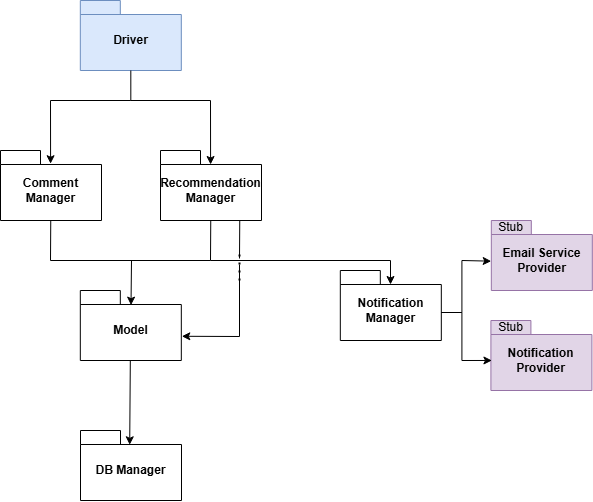
Before: DD_figures/ImplementationDiagrams/ThirdStep.png, a diagram exported from draw.io (alesalv0/RattiSalvatoreYalcin). Source tidied: cells renumbered, new cells last; positions are measured from the earlier drawing's top-left corner, leaving out a move shared by most shapes.
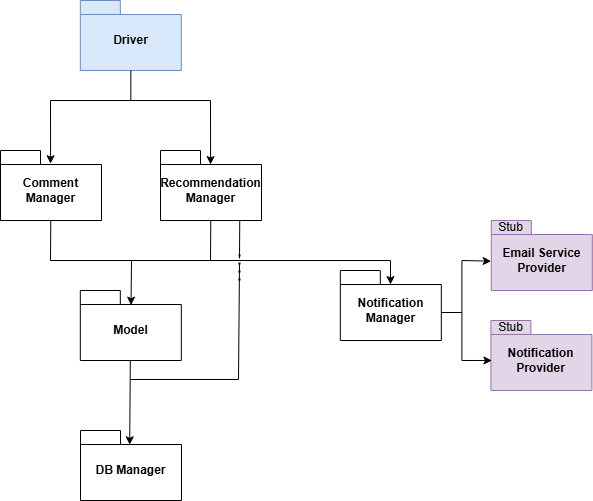
The same file after the commit.

Diff of the diagram source:
```diff
@@ -126,13 +126,14 @@
         <mxPoint x="239" y="254" as="targetPoint" />
       </mxGeometry>
     </mxCell>
-    <mxCell id="26" style="endArrow=classic;html=1;rounded=0;entryX=1.005;entryY=0.654;entryDx=0;entryDy=0;entryPerimeter=0;" parent="1" edge="1" target="4">
-      <mxGeometry relative="1" as="geometry">
-        <mxPoint x="239" y="264" as="sourcePoint" />
-        <Array as="points">
-          <mxPoint x="239" y="336" />
-        </Array>
-      </mxGeometry>
-    </mxCell>
+    <mxCell id="27" style="endArrow=none;html=1;rounded=0;" parent="1" edge="1">
+      <mxGeometry relative="1" as="geometry">
+        <mxPoint x="130" y="379" as="sourcePoint" />
+        <mxPoint x="239" y="263" as="targetPoint" />
+        <Array as="points">
+          <mxPoint x="238" y="379" />
+        </Array>
+      </mxGeometry>
+    </mxCell>
   </root>
 </mxGraphModel>
```
